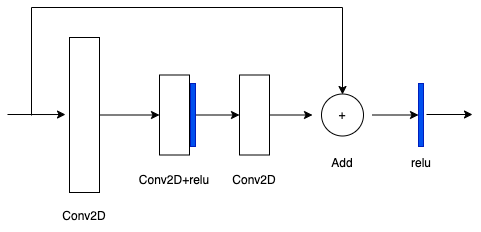
jtwty/Face_Rec keeps this draw.io diagram as UNet-resnet网络.drawio.png. Above is the earlier version. Source tidied: cells renumbered, new cells last; positions are measured from the earlier drawing's top-left corner, leaving out a move shared by most shapes.
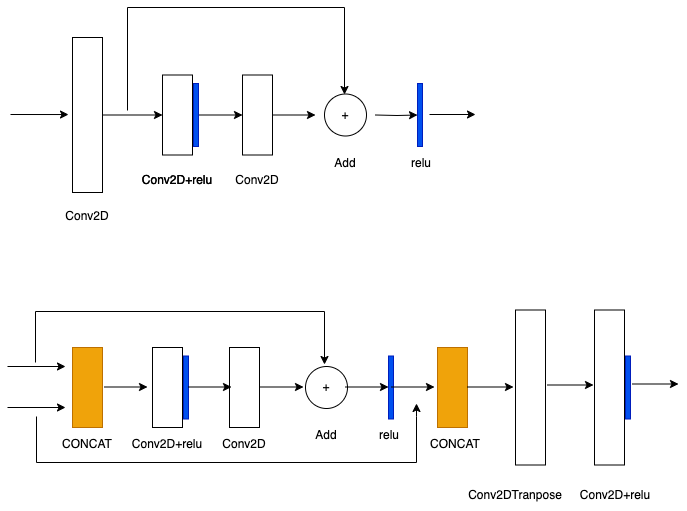
Later version of the same file.

Diff of the diagram source:
```diff
@@ -19,8 +19,10 @@
         <mxPoint y="107" as="sourcePoint" />
       </mxGeometry>
     </mxCell>
-    <mxCell id="7" style="edgeStyle=orthogonalEdgeStyle;rounded=0;jettySize=auto;html=1;" parent="1" edge="1" source="8" target="13">
-      <mxGeometry relative="1" as="geometry" />
+    <mxCell id="7" style="edgeStyle=orthogonalEdgeStyle;rounded=0;jettySize=auto;html=1;" parent="1" edge="1" source="8">
+      <mxGeometry relative="1" as="geometry">
+        <mxPoint x="305" y="107.5" as="targetPoint" />
+      </mxGeometry>
     </mxCell>
     <mxCell id="8" style="verticalLabelPosition=bottom;verticalAlign=top;html=1;shape=mxgraph.basic.rect;fillColor2=none;strokeWidth=1;size=20;indent=5;rotation=90;" parent="1" vertex="1">
       <mxGeometry x="207" y="92.5" width="80" height="30" as="geometry" />
@@ -29,17 +31,16 @@
       <mxGeometry x="154" y="105" width="63" height="5" as="geometry" />
     </mxCell>
     <mxCell id="10" style="verticalLabelPosition=bottom;verticalAlign=top;html=1;shape=mxgraph.basic.rect;fillColor2=none;strokeWidth=1;size=20;indent=5;rotation=90;fillColor=#0050ef;fontColor=#ffffff;strokeColor=#001DBC;" parent="1" vertex="1">
-      <mxGeometry x="382" y="105" width="63" height="5" as="geometry" />
+      <mxGeometry x="378" y="105" width="63" height="5" as="geometry" />
     </mxCell>
-    <mxCell id="11" style="ellipse;whiteSpace=wrap;html=1;" parent="1" vertex="1">
+    <mxCell id="11" value="+" style="ellipse;whiteSpace=wrap;html=1;" parent="1" vertex="1">
       <mxGeometry x="314" y="86.5" width="42" height="42" as="geometry" />
     </mxCell>
-    <mxCell id="12" style="edgeStyle=orthogonalEdgeStyle;rounded=0;jettySize=auto;html=1;" parent="1" edge="1" source="13" target="10">
-      <mxGeometry relative="1" as="geometry" />
+    <mxCell id="12" style="edgeStyle=orthogonalEdgeStyle;rounded=0;jettySize=auto;html=1;" parent="1" edge="1" target="10">
+      <mxGeometry relative="1" as="geometry">
+        <mxPoint x="365" y="107.5" as="sourcePoint" />
+      </mxGeometry>
     </mxCell>
-    <mxCell id="13" value="+" style="text;html=1;strokeColor=none;fillColor=none;align=center;verticalAlign=middle;whiteSpace=wrap;rounded=0;" parent="1" vertex="1">
-      <mxGeometry x="305" y="92.5" width="60" height="30" as="geometry" />
-    </mxCell>
     <mxCell id="14" style="edgeStyle=orthogonalEdgeStyle;rounded=0;orthogonalLoop=1;jettySize=auto;html=1;" parent="1" edge="1">
       <mxGeometry relative="1" as="geometry">
         <mxPoint x="419" y="107" as="sourcePoint" />
@@ -48,16 +49,16 @@
     </mxCell>
     <mxCell id="15" style="endArrow=classic;html=1;rounded=0;" parent="1" edge="1">
       <mxGeometry relative="1" as="geometry">
-        <mxPoint x="24" y="108" as="sourcePoint" />
-        <mxPoint x="335" y="87" as="targetPoint" />
+        <mxPoint x="117" y="103" as="sourcePoint" />
+        <mxPoint x="334" y="87" as="targetPoint" />
         <Array as="points">
-          <mxPoint x="24" />
-          <mxPoint x="335" />
+          <mxPoint x="117" />
+          <mxPoint x="334" />
         </Array>
       </mxGeometry>
     </mxCell>
     <mxCell id="16" value="relu" style="text;html=1;strokeColor=none;fillColor=none;align=center;verticalAlign=middle;whiteSpace=wrap;rounded=0;" parent="1" vertex="1">
-      <mxGeometry x="383.5" y="141" width="60" height="30" as="geometry" />
+      <mxGeometry x="349" y="413" width="60" height="30" as="geometry" />
     </mxCell>
     <mxCell id="17" value="Conv2D" style="text;html=1;strokeColor=none;fillColor=none;align=center;verticalAlign=middle;whiteSpace=wrap;rounded=0;" parent="1" vertex="1">
       <mxGeometry x="47" y="194" width="60" height="30" as="geometry" />
@@ -71,5 +72,143 @@
     <mxCell id="20" value="Add" style="text;html=1;strokeColor=none;fillColor=none;align=center;verticalAlign=middle;whiteSpace=wrap;rounded=0;" parent="1" vertex="1">
       <mxGeometry x="305" y="141" width="60" height="30" as="geometry" />
     </mxCell>
+    <mxCell id="21" style="verticalLabelPosition=bottom;verticalAlign=top;html=1;shape=mxgraph.basic.rect;fillColor2=none;strokeWidth=1;size=20;indent=5;rotation=90;fillColor=#f0a30a;fontColor=#000000;strokeColor=#BD7000;" parent="1" vertex="1">
+      <mxGeometry x="37" y="365" width="80" height="30" as="geometry" />
+    </mxCell>
+    <mxCell id="22" style="verticalLabelPosition=bottom;verticalAlign=top;html=1;shape=mxgraph.basic.rect;fillColor2=none;strokeWidth=1;size=20;indent=5;rotation=90;" parent="1" vertex="1">
+      <mxGeometry x="117" y="365" width="80" height="30" as="geometry" />
+    </mxCell>
+    <mxCell id="23" style="verticalLabelPosition=bottom;verticalAlign=top;html=1;shape=mxgraph.basic.rect;fillColor2=none;strokeWidth=1;size=20;indent=5;rotation=90;" parent="1" vertex="1">
+      <mxGeometry x="194" y="365" width="80" height="30" as="geometry" />
+    </mxCell>
+    <mxCell id="24" style="verticalLabelPosition=bottom;verticalAlign=top;html=1;shape=mxgraph.basic.rect;fillColor2=none;strokeWidth=1;size=20;indent=5;rotation=90;fillColor=#0050ef;fontColor=#ffffff;strokeColor=#001DBC;" parent="1" vertex="1">
+      <mxGeometry x="144" y="377.5" width="63" height="5" as="geometry" />
+    </mxCell>
+    <mxCell id="25" style="edgeStyle=orthogonalEdgeStyle;rounded=0;orthogonalLoop=1;jettySize=auto;html=1;" parent="1" edge="1">
+      <mxGeometry relative="1" as="geometry">
+        <mxPoint x="94" y="379.5" as="sourcePoint" />
+        <mxPoint x="137" y="379.5" as="targetPoint" />
+      </mxGeometry>
+    </mxCell>
+    <mxCell id="26" style="edgeStyle=orthogonalEdgeStyle;rounded=0;orthogonalLoop=1;jettySize=auto;html=1;" parent="1" edge="1">
+      <mxGeometry relative="1" as="geometry">
+        <mxPoint x="178" y="379.5" as="sourcePoint" />
+        <mxPoint x="221" y="379.5" as="targetPoint" />
+      </mxGeometry>
+    </mxCell>
+    <mxCell id="27" style="edgeStyle=orthogonalEdgeStyle;rounded=0;orthogonalLoop=1;jettySize=auto;html=1;" parent="1" edge="1">
+      <mxGeometry relative="1" as="geometry">
+        <mxPoint x="250" y="379.5" as="sourcePoint" />
+        <mxPoint x="293" y="379.5" as="targetPoint" />
+      </mxGeometry>
+    </mxCell>
+    <mxCell id="13" value="+" style="ellipse;whiteSpace=wrap;html=1;" parent="1" vertex="1">
+      <mxGeometry x="295" y="359" width="42" height="42" as="geometry" />
+    </mxCell>
+    <mxCell id="28" style="verticalLabelPosition=bottom;verticalAlign=top;html=1;shape=mxgraph.basic.rect;fillColor2=none;strokeWidth=1;size=20;indent=5;rotation=90;fillColor=#0050ef;fontColor=#ffffff;strokeColor=#001DBC;" parent="1" vertex="1">
+      <mxGeometry x="349" y="377.5" width="63" height="5" as="geometry" />
+    </mxCell>
+    <mxCell id="29" style="edgeStyle=orthogonalEdgeStyle;rounded=0;orthogonalLoop=1;jettySize=auto;html=1;" parent="1" edge="1">
+      <mxGeometry relative="1" as="geometry">
+        <mxPoint x="335" y="379.5" as="sourcePoint" />
+        <mxPoint x="378" y="379.5" as="targetPoint" />
+      </mxGeometry>
+    </mxCell>
+    <mxCell id="30" style="edgeStyle=orthogonalEdgeStyle;rounded=0;orthogonalLoop=1;jettySize=auto;html=1;" parent="1" edge="1">
+      <mxGeometry relative="1" as="geometry">
+        <mxPoint x="381" y="379.5" as="sourcePoint" />
+        <mxPoint x="424" y="379.5" as="targetPoint" />
+      </mxGeometry>
+    </mxCell>
+    <mxCell id="31" style="verticalLabelPosition=bottom;verticalAlign=top;html=1;shape=mxgraph.basic.rect;fillColor2=none;strokeWidth=1;size=20;indent=5;rotation=90;fillColor=#f0a30a;fontColor=#000000;strokeColor=#BD7000;" parent="1" vertex="1">
+      <mxGeometry x="402" y="365" width="80" height="30" as="geometry" />
+    </mxCell>
+    <mxCell id="32" style="endArrow=classic;html=1;rounded=0;entryX=0.497;entryY=1.133;entryDx=0;entryDy=0;entryPerimeter=0;" parent="1" edge="1">
+      <mxGeometry relative="1" as="geometry">
+        <mxPoint x="-3" y="400" as="sourcePoint" />
+        <mxPoint x="55" y="400" as="targetPoint" />
+      </mxGeometry>
+    </mxCell>
+    <mxCell id="33" style="endArrow=classic;html=1;rounded=0;entryX=0.497;entryY=1.133;entryDx=0;entryDy=0;entryPerimeter=0;" parent="1" edge="1">
+      <mxGeometry relative="1" as="geometry">
+        <mxPoint x="-3" y="359" as="sourcePoint" />
+        <mxPoint x="55" y="359" as="targetPoint" />
+      </mxGeometry>
+    </mxCell>
+    <mxCell id="34" style="endArrow=classic;html=1;rounded=0;" parent="1" edge="1">
+      <mxGeometry relative="1" as="geometry">
+        <mxPoint x="25" y="355" as="sourcePoint" />
+        <mxPoint x="314" y="357" as="targetPoint" />
+        <Array as="points">
+          <mxPoint x="25" y="304" />
+          <mxPoint x="314" y="304" />
+        </Array>
+      </mxGeometry>
+    </mxCell>
+    <mxCell id="35" style="edgeStyle=orthogonalEdgeStyle;rounded=0;orthogonalLoop=1;jettySize=auto;html=1;" parent="1" edge="1">
+      <mxGeometry relative="1" as="geometry">
+        <mxPoint x="537" y="377.5" as="sourcePoint" />
+        <mxPoint x="583" y="377.5" as="targetPoint" />
+      </mxGeometry>
+    </mxCell>
+    <mxCell id="36" style="edgeStyle=orthogonalEdgeStyle;rounded=0;orthogonalLoop=1;jettySize=auto;html=1;" parent="1" edge="1">
+      <mxGeometry relative="1" as="geometry">
+        <mxPoint x="457" y="379.5" as="sourcePoint" />
+        <mxPoint x="503" y="379.5" as="targetPoint" />
+      </mxGeometry>
+    </mxCell>
+    <mxCell id="37" style="verticalLabelPosition=bottom;verticalAlign=top;html=1;shape=mxgraph.basic.rect;fillColor2=none;strokeWidth=1;size=20;indent=5;direction=south;" parent="1" vertex="1">
+      <mxGeometry x="505" y="302.5" width="30" height="155" as="geometry" />
+    </mxCell>
+    <mxCell id="38" style="verticalLabelPosition=bottom;verticalAlign=top;html=1;shape=mxgraph.basic.rect;fillColor2=none;strokeWidth=1;size=20;indent=5;direction=south;" parent="1" vertex="1">
+      <mxGeometry x="584" y="302.5" width="30" height="155" as="geometry" />
+    </mxCell>
+    <mxCell id="39" style="verticalLabelPosition=bottom;verticalAlign=top;html=1;shape=mxgraph.basic.rect;fillColor2=none;strokeWidth=1;size=20;indent=5;rotation=90;fillColor=#0050ef;fontColor=#ffffff;strokeColor=#001DBC;" parent="1" vertex="1">
+      <mxGeometry x="586" y="377.5" width="63" height="5" as="geometry" />
+    </mxCell>
+    <mxCell id="40" style="edgeStyle=orthogonalEdgeStyle;rounded=0;orthogonalLoop=1;jettySize=auto;html=1;" parent="1" edge="1">
+      <mxGeometry relative="1" as="geometry">
+        <mxPoint x="622" y="376.5" as="sourcePoint" />
+        <mxPoint x="668" y="376.5" as="targetPoint" />
+      </mxGeometry>
+    </mxCell>
+    <mxCell id="41" style="edgeStyle=orthogonalEdgeStyle;rounded=0;orthogonalLoop=1;jettySize=auto;html=1;" parent="1" edge="1">
+      <mxGeometry relative="1" as="geometry">
+        <mxPoint x="26" y="409" as="sourcePoint" />
+        <mxPoint x="406" y="396" as="targetPoint" />
+        <Array as="points">
+          <mxPoint x="26" y="455" />
+          <mxPoint x="406" y="455" />
+          <mxPoint x="406" y="409" />
+        </Array>
+      </mxGeometry>
+    </mxCell>
+    <mxCell id="42" value="CONCAT" style="text;html=1;strokeColor=none;fillColor=none;align=center;verticalAlign=middle;whiteSpace=wrap;rounded=0;" parent="1" vertex="1">
+      <mxGeometry x="47" y="422" width="60" height="30" as="geometry" />
+    </mxCell>
+    <mxCell id="43" value="Conv2D+relu" style="text;html=1;strokeColor=none;fillColor=none;align=center;verticalAlign=middle;whiteSpace=wrap;rounded=0;" parent="1" vertex="1">
+      <mxGeometry x="127" y="422" width="60" height="30" as="geometry" />
+    </mxCell>
+    <mxCell id="44" value="Conv2D" style="text;html=1;strokeColor=none;fillColor=none;align=center;verticalAlign=middle;whiteSpace=wrap;rounded=0;" parent="1" vertex="1">
+      <mxGeometry x="204" y="422" width="60" height="30" as="geometry" />
+    </mxCell>
+    <mxCell id="45" value="Add" style="text;html=1;strokeColor=none;fillColor=none;align=center;verticalAlign=middle;whiteSpace=wrap;rounded=0;" parent="1" vertex="1">
+      <mxGeometry x="286" y="413" width="60" height="30" as="geometry" />
+    </mxCell>
+    <mxCell id="46" value="relu" style="text;html=1;strokeColor=none;fillColor=none;align=center;verticalAlign=middle;whiteSpace=wrap;rounded=0;" parent="1" vertex="1">
+      <mxGeometry x="381" y="141" width="60" height="30" as="geometry" />
+    </mxCell>
+    <mxCell id="47" value="CONCAT" style="text;html=1;strokeColor=none;fillColor=none;align=center;verticalAlign=middle;whiteSpace=wrap;rounded=0;" parent="1" vertex="1">
+      <mxGeometry x="415" y="422" width="60" height="30" as="geometry" />
+    </mxCell>
+    <mxCell id="48" value="Conv2DTranpose" style="text;html=1;strokeColor=none;fillColor=none;align=center;verticalAlign=middle;whiteSpace=wrap;rounded=0;" parent="1" vertex="1">
+      <mxGeometry x="475" y="473" width="60" height="30" as="geometry" />
+    </mxCell>
+    <mxCell id="49" value="Conv2D+relu" style="text;html=1;strokeColor=none;fillColor=none;align=center;verticalAlign=middle;whiteSpace=wrap;rounded=0;" parent="1" vertex="1">
+      <mxGeometry x="137" y="158" width="60" height="30" as="geometry" />
+    </mxCell>
+    <mxCell id="50" value="Conv2D+relu" style="text;html=1;strokeColor=none;fillColor=none;align=center;verticalAlign=middle;whiteSpace=wrap;rounded=0;" parent="1" vertex="1">
+      <mxGeometry x="575" y="473" width="60" height="30" as="geometry" />
+    </mxCell>
   </root>
 </mxGraphModel>
```
